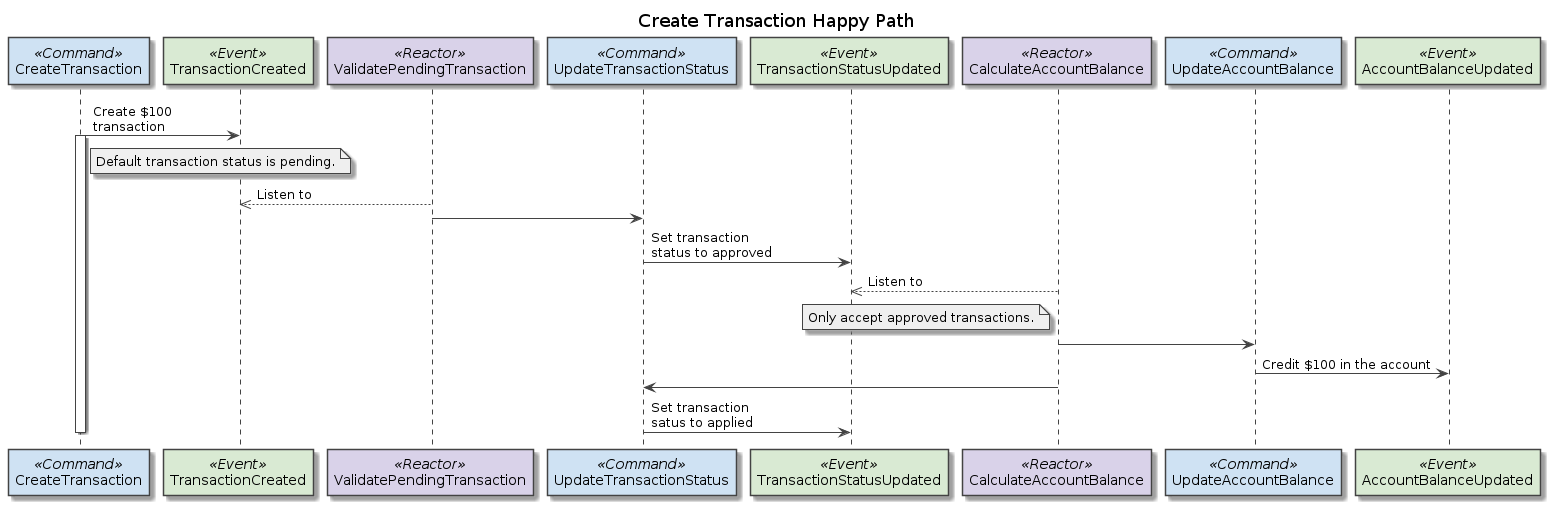
Before: docs/rendered-sequence_create_transaction.png, a diagram exported from PlantUML (wcalderipe/ma-banque). Source of this version:
```plantuml
@startuml




skinparam note {
    BackgroundColor #efefef
    BorderColor #434343
}

skinparam sequence {
    LifeLineBorderColor #434343

    ParticipantBorderColor #434343
    ParticipantBackgroundColor #fff2cc

    ParticipantBackgroundColor<< Command >> #cfe2f3
    ParticipantBackgroundColor<< Event >> #d9ead3
    ParticipantBackgroundColor<< Reactor >> #d9d2e9
}

skinparam usecase {
    BorderColor #434343
    ArrowColor #434343

    BackgroundColor<< Command >> #cfe2f3
    BackgroundColor<< Event >> #d9ead3
    BackgroundColor<< Reactor >> #d9d2e9
}


title Create Transaction Happy Path

participant CreateTransaction << Command >>
participant TransactionCreated << Event >>
participant ValidatePendingTransaction << Reactor >>
participant UpdateTransactionStatus << Command >>
participant TransactionStatusUpdated << Event >>
participant CalculateAccountBalance << Reactor >>
participant UpdateAccountBalance << Command >>
participant AccountBalanceUpdated << Event >>

CreateTransaction -> TransactionCreated : Create $100\ntransaction
note right of CreateTransaction
    Default transaction status is pending.
end note
activate CreateTransaction
    ValidatePendingTransaction -->> TransactionCreated : Listen to
    ValidatePendingTransaction -> UpdateTransactionStatus
    UpdateTransactionStatus -> TransactionStatusUpdated : Set transaction\nstatus to approved

    CalculateAccountBalance -->> TransactionStatusUpdated : Listen to
    note left of CalculateAccountBalance
        Only accept approved transactions.
    end note
    CalculateAccountBalance -> UpdateAccountBalance
    UpdateAccountBalance -> AccountBalanceUpdated : Credit $100 in the account

    CalculateAccountBalance -> UpdateTransactionStatus
    UpdateTransactionStatus -> TransactionStatusUpdated : Set transaction\nsatus to applied
deactivate CreateTransaction

@enduml
```
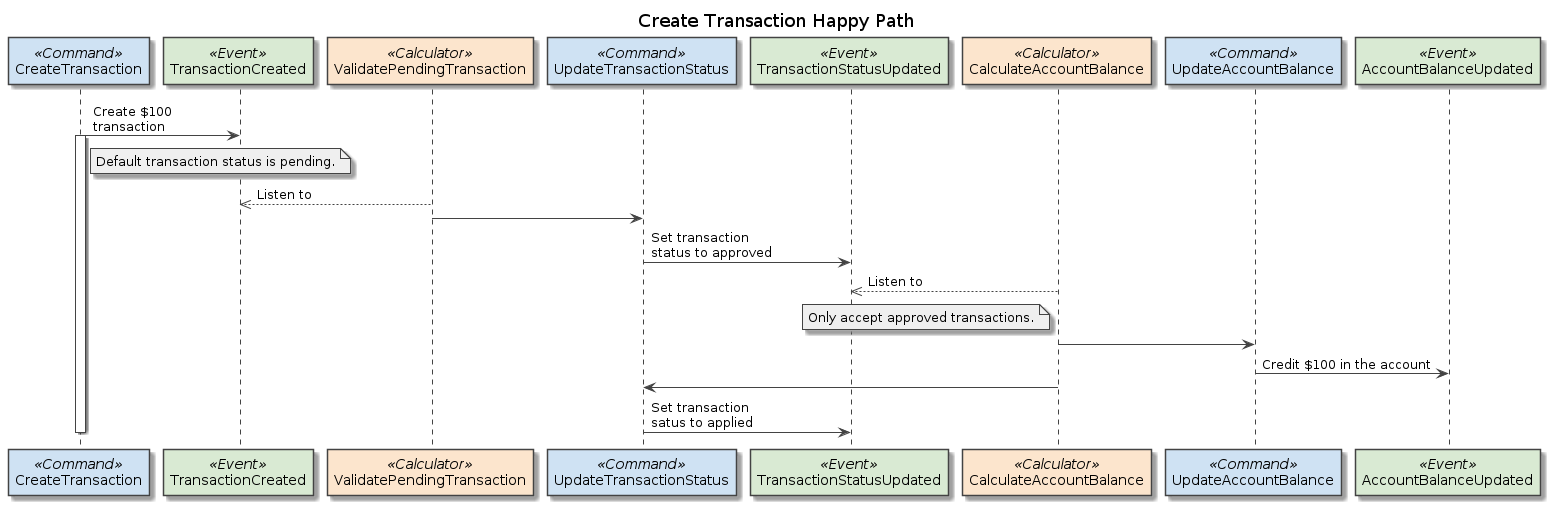
The same file after the commit.

Commit message:
Add calculators in the sequence diagrams

What changed in the source:
```diff
@@ -10,6 +10,7 @@
 
 skinparam sequence {
     LifeLineBorderColor #434343
+    ArrowColor #434343
 
     ParticipantBorderColor #434343
     ParticipantBackgroundColor #fff2cc
@@ -17,15 +18,7 @@
     ParticipantBackgroundColor<< Command >> #cfe2f3
     ParticipantBackgroundColor<< Event >> #d9ead3
     ParticipantBackgroundColor<< Reactor >> #d9d2e9
-}
-
-skinparam usecase {
-    BorderColor #434343
-    ArrowColor #434343
-
-    BackgroundColor<< Command >> #cfe2f3
-    BackgroundColor<< Event >> #d9ead3
-    BackgroundColor<< Reactor >> #d9d2e9
+    ParticipantBackgroundColor<< Calculator >> #fce5cd
 }
 
 
@@ -33,10 +26,10 @@
 
 participant CreateTransaction << Command >>
 participant TransactionCreated << Event >>
-participant ValidatePendingTransaction << Reactor >>
+participant ValidatePendingTransaction << Calculator >>
 participant UpdateTransactionStatus << Command >>
 participant TransactionStatusUpdated << Event >>
-participant CalculateAccountBalance << Reactor >>
+participant CalculateAccountBalance << Calculator >>
 participant UpdateAccountBalance << Command >>
 participant AccountBalanceUpdated << Event >>
 
```
